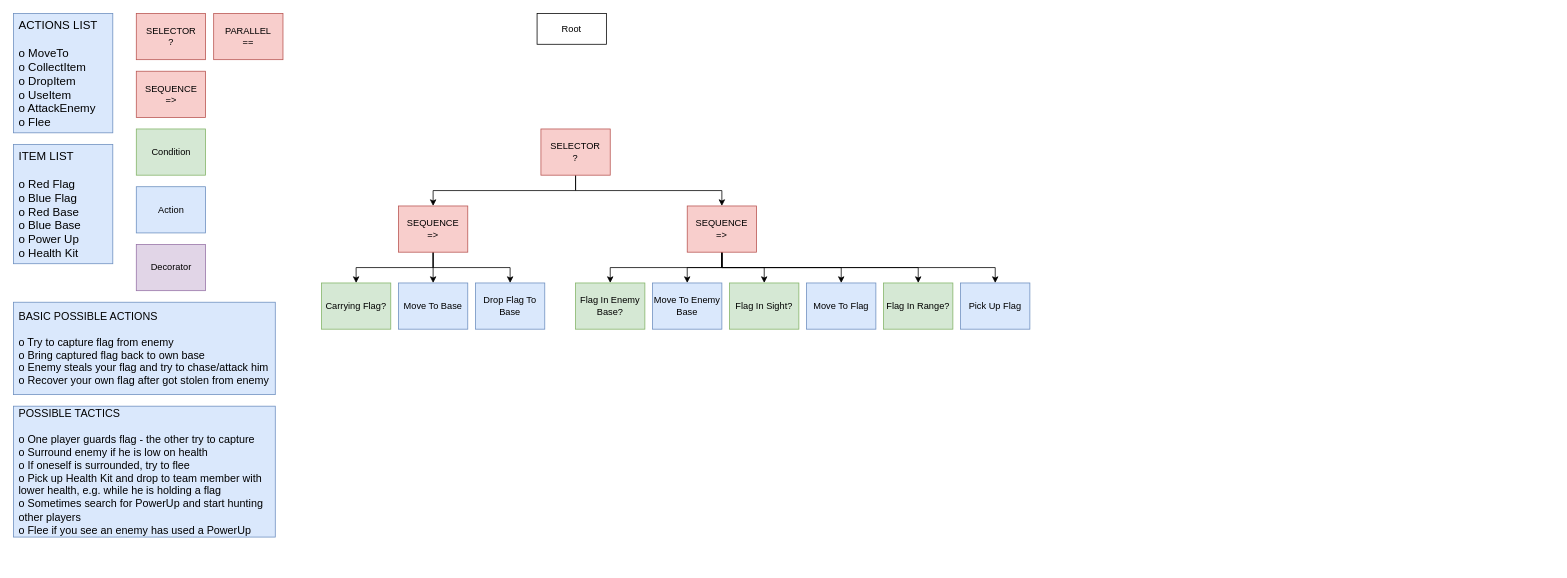
Snowball115/SOL-AIBehaviourTree keeps this draw.io diagram as AIAssessmentTree.drawio. Above is the earlier version. Source tidied: cells renumbered, new cells numbered last; positions are measured from the earlier drawing's top-left corner, leaving out a move shared by most shapes. Both pictures are drawn from the tidied source at 77%, with x=0, y=0 at pixel (13, 13).
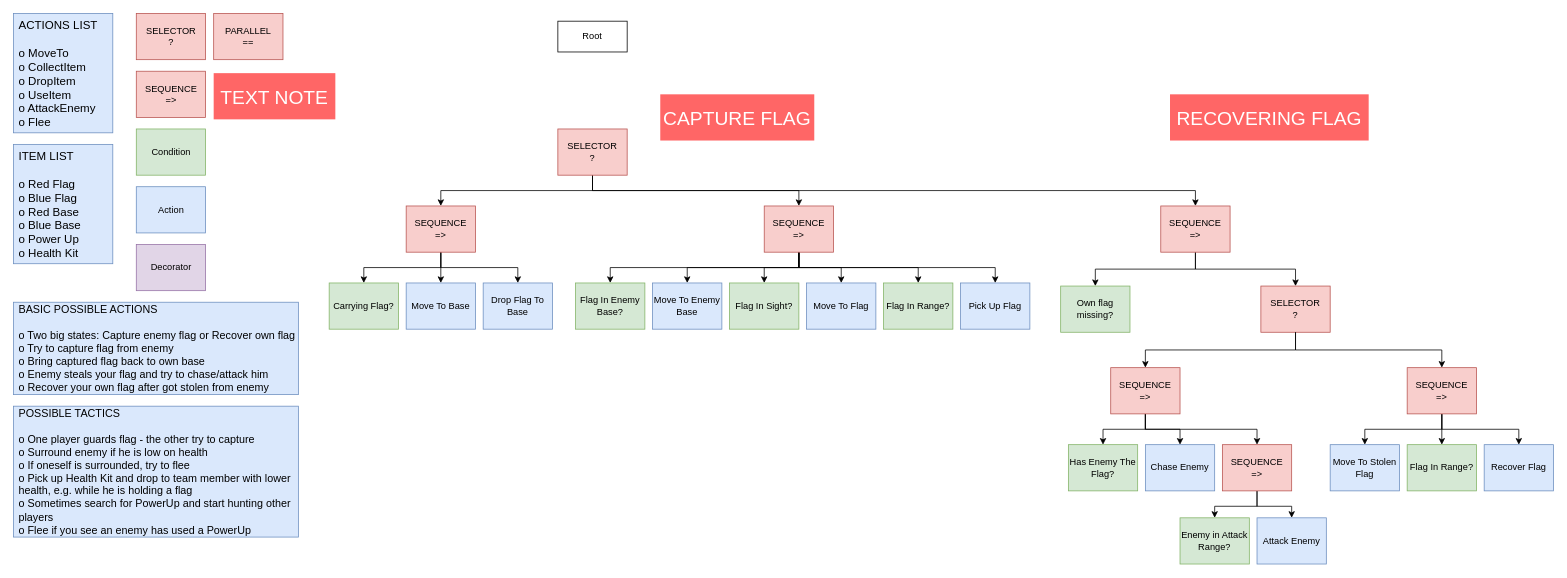
Above is the later version.

Change to the diagram source:
```diff
@@
     <mxCell id="2" value="Root" style="rounded=0;whiteSpace=wrap;html=1;labelBackgroundColor=none;fontSize=12;" parent="1" vertex="1">
-      <mxGeometry x="680" width="90" height="40" as="geometry" />
+      <mxGeometry x="707" y="10" width="90" height="40" as="geometry" />
     </mxCell>
@@
     <mxCell id="11" value="Move To Base" style="rounded=0;whiteSpace=wrap;html=1;labelBackgroundColor=none;fontSize=12;fillColor=#dae8fc;strokeColor=#6c8ebf;" parent="1" vertex="1">
-      <mxGeometry x="500" y="350" width="90" height="60" as="geometry" />
+      <mxGeometry x="510" y="350" width="90" height="60" as="geometry" />
     </mxCell>
     <mxCell id="12" value="Drop Flag To Base" style="rounded=0;whiteSpace=wrap;html=1;labelBackgroundColor=none;fontSize=12;fillColor=#dae8fc;strokeColor=#6c8ebf;" parent="1" vertex="1">
-      <mxGeometry x="600" y="350" width="90" height="60" as="geometry" />
+      <mxGeometry x="610" y="350" width="90" height="60" as="geometry" />
     </mxCell>
     <mxCell id="13" value="Carrying Flag?" style="rounded=0;whiteSpace=wrap;html=1;labelBackgroundColor=none;fontSize=12;fillColor=#d5e8d4;strokeColor=#82b366;" parent="1" vertex="1">
-      <mxGeometry x="400" y="350" width="90" height="60" as="geometry" />
+      <mxGeometry x="410" y="350" width="90" height="60" as="geometry" />
     </mxCell>
@@
+    <mxCell id="36" style="edgeStyle=orthogonalEdgeStyle;rounded=0;jettySize=auto;html=1;exitX=0.5;exitY=1;exitDx=0;exitDy=0;entryX=0.5;entryY=0;entryDx=0;entryDy=0;fontSize=14;" parent="1" edge="1" source="16" target="39">
+      <mxGeometry relative="1" as="geometry" />
+    </mxCell>
     <mxCell id="16" value="SELECTOR&lt;br&gt;?" style="rounded=0;whiteSpace=wrap;html=1;labelBackgroundColor=none;fontSize=12;fillColor=#f8cecc;strokeColor=#b85450;" parent="1" vertex="1">
-      <mxGeometry x="685" y="150" width="90" height="60" as="geometry" />
+      <mxGeometry x="707" y="150" width="90" height="60" as="geometry" />
     </mxCell>
@@
     <mxCell id="20" value="SEQUENCE&lt;br&gt;=&amp;gt;" style="rounded=0;whiteSpace=wrap;html=1;labelBackgroundColor=none;fontSize=12;fillColor=#f8cecc;strokeColor=#b85450;" parent="1" vertex="1">
-      <mxGeometry x="500" y="250" width="90" height="60" as="geometry" />
+      <mxGeometry x="510" y="250" width="90" height="60" as="geometry" />
     </mxCell>
@@
     <mxCell id="27" value="SEQUENCE&lt;br&gt;=&amp;gt;" style="rounded=0;whiteSpace=wrap;html=1;labelBackgroundColor=none;fontSize=12;fillColor=#f8cecc;strokeColor=#b85450;" parent="1" vertex="1">
-      <mxGeometry x="875" y="250" width="90" height="60" as="geometry" />
+      <mxGeometry x="975" y="250" width="90" height="60" as="geometry" />
     </mxCell>
@@
-    <mxCell id="33" value="BASIC POSSIBLE ACTIONS&lt;br style=&quot;font-size: 14px;&quot;&gt;&lt;br style=&quot;font-size: 14px;&quot;&gt;o Try to capture flag from enemy&lt;br style=&quot;font-size: 14px;&quot;&gt;o Bring captured flag back to own base&lt;br style=&quot;font-size: 14px;&quot;&gt;o Enemy steals your flag and try to chase/attack him&lt;br style=&quot;font-size: 14px;&quot;&gt;o Recover your own flag after got stolen from enemy" style="rounded=0;labelBackgroundColor=none;fontSize=14;fillColor=#dae8fc;strokeColor=#6c8ebf;align=left;fontStyle=0;horizontal=1;labelPosition=center;verticalLabelPosition=middle;verticalAlign=middle;whiteSpace=wrap;html=1;spacingTop=0;spacingLeft=5;spacing=2;" parent="1" vertex="1">
-      <mxGeometry y="375" width="340" height="120" as="geometry" />
+    <mxCell id="33" value="BASIC POSSIBLE ACTIONS&lt;br style=&quot;font-size: 14px&quot;&gt;&lt;br&gt;o Two big states: Capture enemy flag or Recover own flag&lt;br style=&quot;font-size: 14px&quot;&gt;o Try to capture flag from enemy&lt;br style=&quot;font-size: 14px&quot;&gt;o Bring captured flag back to own base&lt;br style=&quot;font-size: 14px&quot;&gt;o Enemy steals your flag and try to chase/attack him&lt;br style=&quot;font-size: 14px&quot;&gt;o Recover your own flag after got stolen from enemy" style="rounded=0;labelBackgroundColor=none;fontSize=14;fillColor=#dae8fc;strokeColor=#6c8ebf;align=left;fontStyle=0;horizontal=1;labelPosition=center;verticalLabelPosition=middle;verticalAlign=middle;whiteSpace=wrap;html=1;spacingTop=0;spacingLeft=5;spacing=2;" parent="1" vertex="1">
+      <mxGeometry y="375" width="370" height="120" as="geometry" />
     </mxCell>
-    <mxCell id="34" value="POSSIBLE TACTICS&lt;br&gt;&lt;br&gt;o One player guards flag - the other try to capture&lt;br&gt;o Surround enemy if he is low on health&lt;br&gt;o If oneself is surrounded, try to flee&lt;br&gt;o Pick up Health Kit and drop to team member with lower health, e.g. while he is holding a flag&lt;br&gt;o Sometimes search for PowerUp and start hunting other players&lt;br&gt;o Flee if you see an enemy has used a PowerUp" style="rounded=0;labelBackgroundColor=none;fontSize=14;fillColor=#dae8fc;strokeColor=#6c8ebf;align=left;fontStyle=0;horizontal=1;labelPosition=center;verticalLabelPosition=middle;verticalAlign=middle;whiteSpace=wrap;html=1;spacingTop=0;spacingLeft=5;spacing=2;" parent="1" vertex="1">
-      <mxGeometry y="510" width="340" height="170" as="geometry" />
+    <mxCell id="34" value="POSSIBLE TACTICS&lt;br&gt;&lt;br&gt;o One player guards flag - the other try to capture&lt;br&gt;o Surround enemy if he is low on health&lt;br&gt;o If oneself is surrounded, try to flee&lt;br&gt;o Pick up Health Kit and drop to team member with lower health, e.g. while he is holding a flag&lt;br&gt;o Sometimes search for PowerUp and start hunting other players&lt;br&gt;o Flee if you see an enemy has used a PowerUp" style="rounded=0;labelBackgroundColor=none;fontSize=14;fillColor=#dae8fc;strokeColor=#6c8ebf;align=left;fontStyle=0;horizontal=1;labelPosition=center;verticalLabelPosition=middle;verticalAlign=middle;whiteSpace=wrap;html=1;spacingTop=0;spacingLeft=5;spacing=2;labelBorderColor=none;" parent="1" vertex="1">
+      <mxGeometry y="510" width="370" height="170" as="geometry" />
     </mxCell>
@@
+    <mxCell id="37" style="edgeStyle=orthogonalEdgeStyle;rounded=0;jettySize=auto;html=1;exitX=0.5;exitY=1;exitDx=0;exitDy=0;entryX=0.5;entryY=0;entryDx=0;entryDy=0;fontSize=14;" parent="1" edge="1" source="39" target="40">
+      <mxGeometry relative="1" as="geometry" />
+    </mxCell>
+    <mxCell id="38" style="edgeStyle=orthogonalEdgeStyle;rounded=0;jettySize=auto;html=1;exitX=0.5;exitY=1;exitDx=0;exitDy=0;entryX=0.5;entryY=0;entryDx=0;entryDy=0;fontSize=14;" parent="1" edge="1" source="39" target="51">
+      <mxGeometry relative="1" as="geometry" />
+    </mxCell>
+    <mxCell id="39" value="SEQUENCE&lt;br&gt;=&amp;gt;" style="rounded=0;whiteSpace=wrap;html=1;labelBackgroundColor=none;fontSize=12;fillColor=#f8cecc;strokeColor=#b85450;" parent="1" vertex="1">
+      <mxGeometry x="1490" y="250" width="90" height="60" as="geometry" />
+    </mxCell>
+    <mxCell id="40" value="Own flag missing?" style="rounded=0;whiteSpace=wrap;html=1;labelBackgroundColor=none;fontSize=12;fillColor=#d5e8d4;strokeColor=#82b366;" parent="1" vertex="1">
+      <mxGeometry x="1360" y="354" width="90" height="60" as="geometry" />
+    </mxCell>
+    <mxCell id="41" value="Enemy in Attack Range?" style="rounded=0;whiteSpace=wrap;html=1;labelBackgroundColor=none;fontSize=12;fillColor=#d5e8d4;strokeColor=#82b366;" parent="1" vertex="1">
+      <mxGeometry x="1515" y="655" width="90" height="60" as="geometry" />
+    </mxCell>
+    <mxCell id="42" value="Attack Enemy" style="rounded=0;whiteSpace=wrap;html=1;labelBackgroundColor=none;fontSize=12;fillColor=#dae8fc;strokeColor=#6c8ebf;" parent="1" vertex="1">
+      <mxGeometry x="1615" y="655" width="90" height="60" as="geometry" />
+    </mxCell>
+    <mxCell id="43" style="edgeStyle=orthogonalEdgeStyle;rounded=0;jettySize=auto;html=1;entryX=0.5;entryY=0;entryDx=0;entryDy=0;fontSize=14;" parent="1" edge="1" source="45" target="41">
+      <mxGeometry relative="1" as="geometry" />
+    </mxCell>
+    <mxCell id="44" style="edgeStyle=orthogonalEdgeStyle;rounded=0;jettySize=auto;html=1;exitX=0.5;exitY=1;exitDx=0;exitDy=0;entryX=0.5;entryY=0;entryDx=0;entryDy=0;fontSize=14;" parent="1" edge="1" source="45" target="42">
+      <mxGeometry relative="1" as="geometry" />
+    </mxCell>
+    <mxCell id="45" value="SEQUENCE&lt;br&gt;=&amp;gt;" style="rounded=0;whiteSpace=wrap;html=1;labelBackgroundColor=none;fontSize=12;fillColor=#f8cecc;strokeColor=#b85450;" parent="1" vertex="1">
+      <mxGeometry x="1570" y="560" width="90" height="60" as="geometry" />
+    </mxCell>
+    <mxCell id="46" value="Chase Enemy" style="rounded=0;whiteSpace=wrap;html=1;labelBackgroundColor=none;fontSize=12;fillColor=#dae8fc;strokeColor=#6c8ebf;" parent="1" vertex="1">
+      <mxGeometry x="1470" y="560" width="90" height="60" as="geometry" />
+    </mxCell>
+    <mxCell id="47" value="Has Enemy The Flag?" style="rounded=0;whiteSpace=wrap;html=1;labelBackgroundColor=none;fontSize=12;fillColor=#d5e8d4;strokeColor=#82b366;" parent="1" vertex="1">
+      <mxGeometry x="1370" y="560" width="90" height="60" as="geometry" />
+    </mxCell>
+    <mxCell id="48" value="Move To Stolen Flag" style="rounded=0;whiteSpace=wrap;html=1;labelBackgroundColor=none;fontSize=12;fillColor=#dae8fc;strokeColor=#6c8ebf;" parent="1" vertex="1">
+      <mxGeometry x="1710" y="560" width="90" height="60" as="geometry" />
+    </mxCell>
+    <mxCell id="49" value="Flag In Range?" style="rounded=0;whiteSpace=wrap;html=1;labelBackgroundColor=none;fontSize=12;fillColor=#d5e8d4;strokeColor=#82b366;" parent="1" vertex="1">
+      <mxGeometry x="1810" y="560" width="90" height="60" as="geometry" />
+    </mxCell>
+    <mxCell id="50" value="Recover Flag" style="rounded=0;whiteSpace=wrap;html=1;labelBackgroundColor=none;fontSize=12;fillColor=#dae8fc;strokeColor=#6c8ebf;" parent="1" vertex="1">
+      <mxGeometry x="1910" y="560" width="90" height="60" as="geometry" />
+    </mxCell>
+    <mxCell id="51" value="SELECTOR&lt;br&gt;?" style="rounded=0;whiteSpace=wrap;html=1;labelBackgroundColor=none;fontSize=12;fillColor=#f8cecc;strokeColor=#b85450;" parent="1" vertex="1">
+      <mxGeometry x="1620" y="354" width="90" height="60" as="geometry" />
+    </mxCell>
+    <mxCell id="52" style="edgeStyle=orthogonalEdgeStyle;rounded=0;jettySize=auto;html=1;exitX=0.5;exitY=1;exitDx=0;exitDy=0;entryX=0.5;entryY=0;entryDx=0;entryDy=0;fontSize=14;" parent="1" edge="1" source="55" target="47">
+      <mxGeometry relative="1" as="geometry" />
+    </mxCell>
+    <mxCell id="53" style="edgeStyle=orthogonalEdgeStyle;rounded=0;jettySize=auto;html=1;exitX=0.5;exitY=1;exitDx=0;exitDy=0;entryX=0.5;entryY=0;entryDx=0;entryDy=0;fontSize=14;" parent="1" edge="1" source="55" target="46">
+      <mxGeometry relative="1" as="geometry" />
+    </mxCell>
+    <mxCell id="54" style="edgeStyle=orthogonalEdgeStyle;rounded=0;jettySize=auto;html=1;exitX=0.5;exitY=1;exitDx=0;exitDy=0;entryX=0.5;entryY=0;entryDx=0;entryDy=0;fontSize=14;" parent="1" edge="1" source="55" target="45">
+      <mxGeometry relative="1" as="geometry" />
+    </mxCell>
+    <mxCell id="55" value="SEQUENCE&lt;br&gt;=&amp;gt;" style="rounded=0;whiteSpace=wrap;html=1;labelBackgroundColor=none;fontSize=12;fillColor=#f8cecc;strokeColor=#b85450;" parent="1" vertex="1">
+      <mxGeometry x="1425" y="460" width="90" height="60" as="geometry" />
+    </mxCell>
+    <mxCell id="56" style="edgeStyle=orthogonalEdgeStyle;rounded=0;jettySize=auto;html=1;exitX=0.5;exitY=1;exitDx=0;exitDy=0;entryX=0.5;entryY=0;entryDx=0;entryDy=0;fontSize=14;" parent="1" edge="1" source="51" target="55">
+      <mxGeometry relative="1" as="geometry" />
+    </mxCell>
+    <mxCell id="57" style="edgeStyle=orthogonalEdgeStyle;rounded=0;jettySize=auto;html=1;exitX=0.5;exitY=1;exitDx=0;exitDy=0;entryX=0.5;entryY=0;entryDx=0;entryDy=0;fontSize=14;" parent="1" edge="1" source="60" target="48">
+      <mxGeometry relative="1" as="geometry" />
+    </mxCell>
+    <mxCell id="58" style="edgeStyle=orthogonalEdgeStyle;rounded=0;jettySize=auto;html=1;exitX=0.5;exitY=1;exitDx=0;exitDy=0;entryX=0.5;entryY=0;entryDx=0;entryDy=0;fontSize=14;" parent="1" edge="1" source="60" target="49">
+      <mxGeometry relative="1" as="geometry" />
+    </mxCell>
+    <mxCell id="59" style="edgeStyle=orthogonalEdgeStyle;rounded=0;jettySize=auto;html=1;exitX=0.5;exitY=1;exitDx=0;exitDy=0;entryX=0.5;entryY=0;entryDx=0;entryDy=0;fontSize=14;" parent="1" edge="1" source="60" target="50">
+      <mxGeometry relative="1" as="geometry" />
+    </mxCell>
+    <mxCell id="60" value="SEQUENCE&lt;br&gt;=&amp;gt;" style="rounded=0;whiteSpace=wrap;html=1;labelBackgroundColor=none;fontSize=12;fillColor=#f8cecc;strokeColor=#b85450;" parent="1" vertex="1">
+      <mxGeometry x="1810" y="460" width="90" height="60" as="geometry" />
+    </mxCell>
+    <mxCell id="61" style="edgeStyle=orthogonalEdgeStyle;rounded=0;jettySize=auto;html=1;exitX=0.5;exitY=1;exitDx=0;exitDy=0;entryX=0.5;entryY=0;entryDx=0;entryDy=0;fontSize=14;" parent="1" edge="1" source="51" target="60">
+      <mxGeometry relative="1" as="geometry" />
+    </mxCell>
+    <mxCell id="62" value="CAPTURE FLAG" style="rounded=0;whiteSpace=wrap;html=1;labelBackgroundColor=none;fontSize=25;horizontal=1;fillColor=#FF6666;strokeColor=none;fontColor=#FFFFFF;spacingLeft=0;spacing=5;" parent="1" vertex="1">
+      <mxGeometry x="840" y="105" width="200" height="60" as="geometry" />
+    </mxCell>
+    <mxCell id="63" value="RECOVERING FLAG" style="rounded=0;whiteSpace=wrap;html=1;labelBackgroundColor=none;fontSize=25;horizontal=1;fillColor=#FF6666;strokeColor=none;fontColor=#FFFFFF;spacingLeft=0;spacing=5;spacingTop=0;spacingRight=0;" parent="1" vertex="1">
+      <mxGeometry x="1502" y="105" width="258" height="60" as="geometry" />
+    </mxCell>
+    <mxCell id="64" value="TEXT NOTE" style="rounded=0;whiteSpace=wrap;html=1;labelBackgroundColor=none;fontSize=25;horizontal=1;fillColor=#FF6666;strokeColor=none;fontColor=#FFFFFF;spacingLeft=0;spacing=5;" parent="1" vertex="1">
+      <mxGeometry x="260" y="77.5" width="158" height="60" as="geometry" />
+    </mxCell>
```
